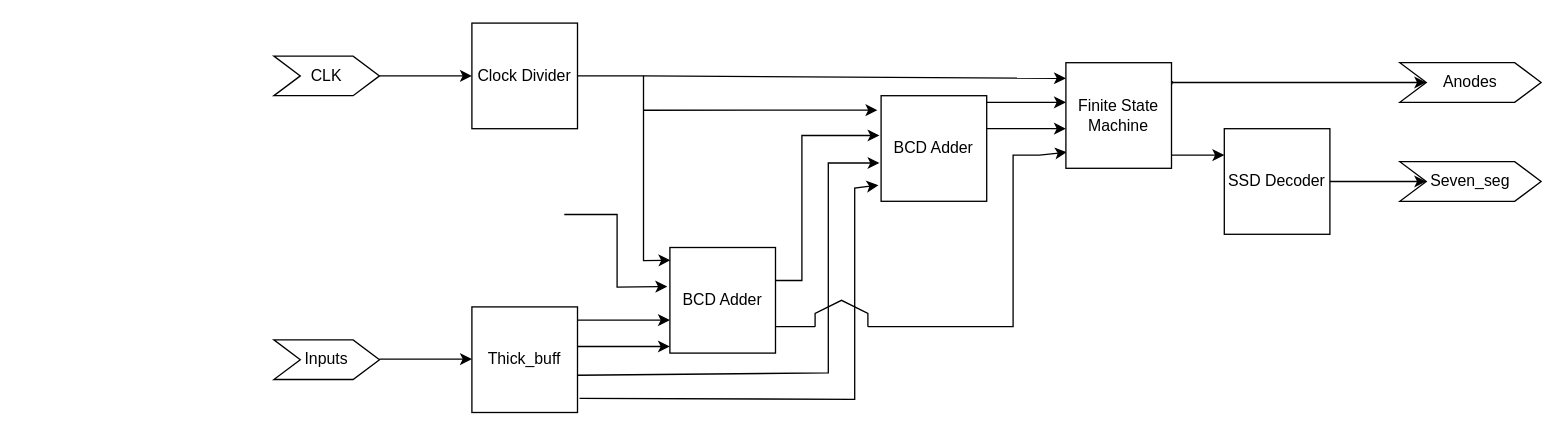
Before: Untitled Diagram.drawio in Gaulgeous/Stock-Market-Prediction, a draw.io diagram. Source tidied: cells renumbered, new cells numbered last; positions are measured from the earlier drawing's top-left corner, leaving out a move shared by most shapes. Both pictures are drawn from the tidied source at 132%, with x=0, y=0 at pixel (273, 22).
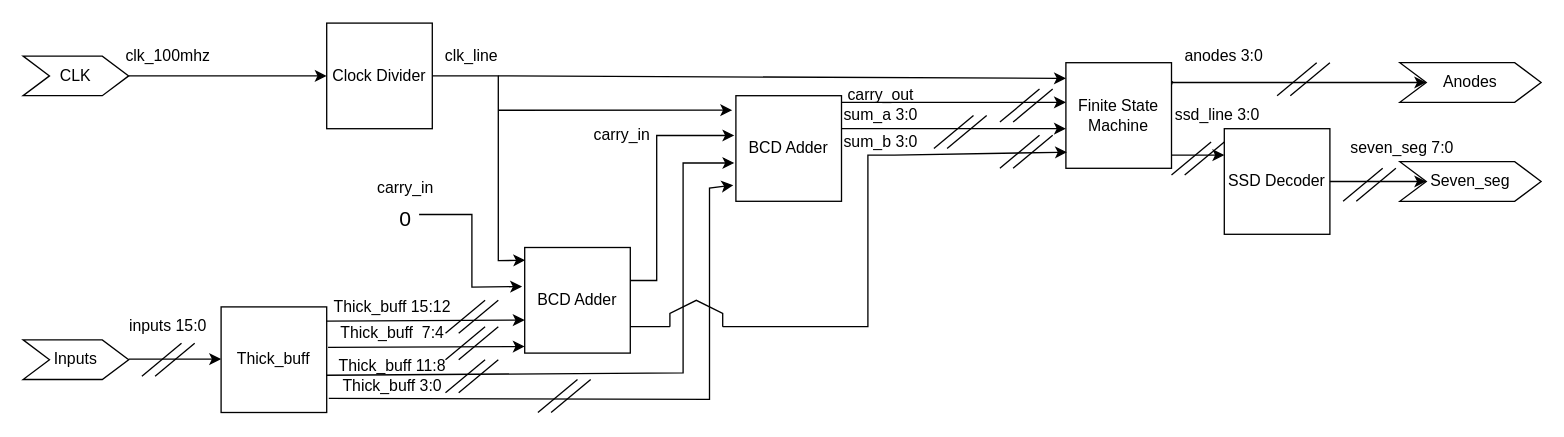
After the change.

Unchanged cells that the change refers to:
```xml
<mxCell id="6" value="Clock Divider" style="whiteSpace=wrap;html=1;" parent="3" vertex="1">
  <mxGeometry x="150" width="80" height="80" as="geometry" />
</mxCell>
<mxCell id="8" value="BCD Adder" style="whiteSpace=wrap;html=1;" parent="3" vertex="1">
  <mxGeometry x="300" y="170" width="80" height="80" as="geometry" />
</mxCell>
```

Diff of the diagram source:
```diff
@@
-    <mxCell id="2" style="group;" parent="1" vertex="1">
-      <mxGeometry width="710" height="295" as="geometry" />
-    </mxCell>
+    <mxCell id="20" style="endArrow=classic;html=1;rounded=0;exitX=1.01;exitY=0.175;exitDx=0;exitDy=0;exitPerimeter=0;entryX=0;entryY=0.5;entryDx=0;entryDy=0;" parent="1" edge="1" source="24">
+      <mxGeometry relative="1" as="geometry">
+        <mxPoint x="669" y="81" as="targetPoint" />
+      </mxGeometry>
+    </mxCell>
+    <mxCell id="24" value="Finite State Machine" style="whiteSpace=wrap;html=1;" parent="1" vertex="1">
+      <mxGeometry x="600" y="30" width="80" height="80" as="geometry" />
+    </mxCell>
+    <mxCell id="28" value="Anodes" style="shape=step;perimeter=stepPerimeter;whiteSpace=wrap;html=1;fixedSize=1;" parent="1" vertex="1">
+      <mxGeometry x="853" y="30" width="107" height="30" as="geometry" />
+    </mxCell>
+    <mxCell id="29" value="Seven_seg" style="shape=step;perimeter=stepPerimeter;whiteSpace=wrap;html=1;fixedSize=1;" parent="1" vertex="1">
+      <mxGeometry x="853" y="105" width="107" height="30" as="geometry" />
+    </mxCell>
+    <mxCell id="30" value="SSD Decoder" style="whiteSpace=wrap;html=1;" parent="1" vertex="1">
+      <mxGeometry x="720" y="80" width="80" height="80" as="geometry" />
+    </mxCell>
+    <mxCell id="31" style="endArrow=classic;html=1;rounded=0;entryX=0;entryY=0.5;entryDx=0;entryDy=0;" parent="1" edge="1" target="28">
+      <mxGeometry relative="1" as="geometry">
+        <mxPoint x="680" y="45" as="sourcePoint" />
+      </mxGeometry>
+    </mxCell>
+    <mxCell id="32" style="endArrow=classic;html=1;rounded=0;entryX=0;entryY=0.25;entryDx=0;entryDy=0;" parent="1" edge="1" target="30">
+      <mxGeometry relative="1" as="geometry">
+        <mxPoint x="680" y="100" as="sourcePoint" />
+      </mxGeometry>
+    </mxCell>
+    <mxCell id="33" style="endArrow=classic;html=1;rounded=0;entryX=0;entryY=0.5;entryDx=0;entryDy=0;exitX=1;exitY=0.5;exitDx=0;exitDy=0;" parent="1" edge="1" source="30" target="29">
+      <mxGeometry relative="1" as="geometry" />
+    </mxCell>
+    <mxCell id="34" value="ssd_line 3:0" style="text;html=1;strokeColor=none;fillColor=none;align=center;verticalAlign=middle;whiteSpace=wrap;rounded=0;" parent="1" vertex="1">
+      <mxGeometry x="680" y="55" width="70" height="30" as="geometry" />
+    </mxCell>
+    <mxCell id="35" value="anodes 3:0" style="text;html=1;strokeColor=none;fillColor=none;align=center;verticalAlign=middle;whiteSpace=wrap;rounded=0;" parent="1" vertex="1">
+      <mxGeometry x="680" y="10" width="80" height="30" as="geometry" />
+    </mxCell>
+    <mxCell id="36" value="seven_seg 7:0" style="text;html=1;strokeColor=none;fillColor=none;align=center;verticalAlign=middle;whiteSpace=wrap;rounded=0;" parent="1" vertex="1">
+      <mxGeometry x="810" y="80" width="90" height="30" as="geometry" />
+    </mxCell>
+    <mxCell id="37" style="group;" parent="1" vertex="1">
+      <mxGeometry x="810" y="110" width="40" height="25" as="geometry" />
+    </mxCell>
+    <mxCell id="38" style="endArrow=none;html=1;rounded=0;" parent="37" edge="1">
+      <mxGeometry relative="1" as="geometry">
+        <mxPoint y="25" as="sourcePoint" />
+        <mxPoint x="30" as="targetPoint" />
+      </mxGeometry>
+    </mxCell>
+    <mxCell id="39" style="endArrow=none;html=1;rounded=0;" parent="37" edge="1">
+      <mxGeometry relative="1" as="geometry">
+        <mxPoint x="10" y="25" as="sourcePoint" />
+        <mxPoint x="40" as="targetPoint" />
+      </mxGeometry>
+    </mxCell>
+    <mxCell id="40" style="group;" parent="1" vertex="1">
+      <mxGeometry x="760" y="30" width="40" height="25" as="geometry" />
+    </mxCell>
+    <mxCell id="41" style="endArrow=none;html=1;rounded=0;" parent="40" edge="1">
+      <mxGeometry relative="1" as="geometry">
+        <mxPoint y="25" as="sourcePoint" />
+        <mxPoint x="30" as="targetPoint" />
+      </mxGeometry>
+    </mxCell>
+    <mxCell id="42" style="endArrow=none;html=1;rounded=0;" parent="40" edge="1">
+      <mxGeometry relative="1" as="geometry">
+        <mxPoint x="10" y="25" as="sourcePoint" />
+        <mxPoint x="40" as="targetPoint" />
+      </mxGeometry>
+    </mxCell>
+    <mxCell id="43" style="group;" parent="1" vertex="1">
+      <mxGeometry x="680" y="90" width="40" height="25" as="geometry" />
+    </mxCell>
+    <mxCell id="44" style="endArrow=none;html=1;rounded=0;" parent="43" edge="1">
+      <mxGeometry relative="1" as="geometry">
+        <mxPoint y="25" as="sourcePoint" />
+        <mxPoint x="30" as="targetPoint" />
+      </mxGeometry>
+    </mxCell>
+    <mxCell id="45" style="endArrow=none;html=1;rounded=0;" parent="43" edge="1">
+      <mxGeometry relative="1" as="geometry">
+        <mxPoint x="10" y="25" as="sourcePoint" />
+        <mxPoint x="40" as="targetPoint" />
+      </mxGeometry>
+    </mxCell>
-    <mxCell id="3" style="group;" parent="2" vertex="1">
-      <mxGeometry width="540" height="295" as="geometry" />
+    <mxCell id="3" style="group;" parent="1" vertex="1">
+      <mxGeometry x="-110" width="540" height="295" as="geometry" />
     </mxCell>
-    <mxCell id="4" value="CLK" style="shape=step;perimeter=stepPerimeter;whiteSpace=wrap;html=1;fixedSize=1;" parent="3" vertex="1">
-      <mxGeometry y="25" width="80" height="30" as="geometry" />
-    </mxCell>
-    <mxCell id="5" value="Inputs" style="shape=step;perimeter=stepPerimeter;whiteSpace=wrap;html=1;fixedSize=1;" parent="3" vertex="1">
-      <mxGeometry y="240" width="80" height="30" as="geometry" />
-    </mxCell>
@@
-    <mxCell id="7" style="endArrow=classic;html=1;rounded=0;exitX=1;exitY=0.5;exitDx=0;exitDy=0;entryX=0;entryY=0.5;entryDx=0;entryDy=0;" parent="3" edge="1" source="4" target="6">
-      <mxGeometry relative="1" as="geometry" />
-    </mxCell>
@@
     <mxCell id="9" value="Thick_buff" style="whiteSpace=wrap;html=1;" parent="3" vertex="1">
-      <mxGeometry x="150" y="215" width="80" height="80" as="geometry" />
+      <mxGeometry x="70" y="215" width="80" height="80" as="geometry" />
     </mxCell>
     <mxCell id="10" style="endArrow=classic;html=1;rounded=0;exitX=1;exitY=0.5;exitDx=0;exitDy=0;entryX=0;entryY=0.5;entryDx=0;entryDy=0;" parent="3" edge="1">
       <mxGeometry relative="1" as="geometry">
-        <mxPoint x="80" y="254.5" as="sourcePoint" />
-        <mxPoint x="150" y="254.5" as="targetPoint" />
+        <mxPoint y="254.5" as="sourcePoint" />
+        <mxPoint x="70" y="254.5" as="targetPoint" />
       </mxGeometry>
     </mxCell>
-    <mxCell id="11" style="endArrow=classic;html=1;rounded=0;exitX=1;exitY=0.5;exitDx=0;exitDy=0;entryX=0;entryY=0.5;entryDx=0;entryDy=0;" parent="3" edge="1">
+    <mxCell id="11" style="endArrow=classic;html=1;rounded=0;exitX=1.013;exitY=0.383;exitDx=0;exitDy=0;entryX=0;entryY=0.5;entryDx=0;entryDy=0;exitPerimeter=0;" parent="3" edge="1" source="9">
       <mxGeometry relative="1" as="geometry">
-        <mxPoint x="230" y="245" as="sourcePoint" />
         <mxPoint x="300" y="245" as="targetPoint" />
       </mxGeometry>
     </mxCell>
-    <mxCell id="12" style="endArrow=classic;html=1;rounded=0;exitX=1;exitY=0.5;exitDx=0;exitDy=0;entryX=0;entryY=0.5;entryDx=0;entryDy=0;" parent="3" edge="1">
+    <mxCell id="12" style="endArrow=classic;html=1;rounded=0;exitX=0.997;exitY=0.135;exitDx=0;exitDy=0;entryX=0;entryY=0.5;entryDx=0;entryDy=0;exitPerimeter=0;" parent="3" edge="1" source="9">
       <mxGeometry relative="1" as="geometry">
-        <mxPoint x="230" y="225" as="sourcePoint" />
         <mxPoint x="300" y="225" as="targetPoint" />
       </mxGeometry>
     </mxCell>
@@
-    <mxCell id="20" style="endArrow=classic;html=1;rounded=0;exitX=1.01;exitY=0.175;exitDx=0;exitDy=0;exitPerimeter=0;entryX=0;entryY=0.5;entryDx=0;entryDy=0;" parent="2" edge="1" source="24">
-      <mxGeometry relative="1" as="geometry">
-        <mxPoint x="669" y="81" as="targetPoint" />
-      </mxGeometry>
-    </mxCell>
+    <mxCell id="46" value="clk_line" style="text;html=1;strokeColor=none;fillColor=none;align=center;verticalAlign=middle;whiteSpace=wrap;rounded=0;" parent="3" vertex="1">
+      <mxGeometry x="230" y="10" width="60" height="30" as="geometry" />
+    </mxCell>
+    <mxCell id="47" value="clk_100mhz" style="text;html=1;strokeColor=none;fillColor=none;align=center;verticalAlign=middle;whiteSpace=wrap;rounded=0;" parent="3" vertex="1">
+      <mxGeometry y="10" width="60" height="30" as="geometry" />
+    </mxCell>
+    <mxCell id="48" value="inputs 15:0" style="text;html=1;strokeColor=none;fillColor=none;align=center;verticalAlign=middle;whiteSpace=wrap;rounded=0;" parent="3" vertex="1">
+      <mxGeometry x="-10" y="215" width="80" height="30" as="geometry" />
+    </mxCell>
+    <mxCell id="49" value="carry_in" style="text;html=1;strokeColor=none;fillColor=none;align=center;verticalAlign=middle;whiteSpace=wrap;rounded=0;" parent="3" vertex="1">
+      <mxGeometry x="180" y="110" width="60" height="30" as="geometry" />
+    </mxCell>
+    <mxCell id="50" value="carry_in" style="text;html=1;strokeColor=none;fillColor=none;align=center;verticalAlign=middle;whiteSpace=wrap;rounded=0;" parent="3" vertex="1">
+      <mxGeometry x="344" y="70" width="60" height="30" as="geometry" />
+    </mxCell>
+    <mxCell id="51" value="&lt;font size=&quot;3&quot;&gt;0&lt;/font&gt;" style="text;html=1;strokeColor=none;fillColor=none;align=center;verticalAlign=middle;whiteSpace=wrap;rounded=0;" parent="3" vertex="1">
+      <mxGeometry x="180" y="132.5" width="60" height="30" as="geometry" />
+    </mxCell>
+    <mxCell id="52" style="group;" parent="3" vertex="1">
+      <mxGeometry x="10" y="242.5" width="40" height="25" as="geometry" />
+    </mxCell>
+    <mxCell id="53" style="endArrow=none;html=1;rounded=0;" parent="52" edge="1">
+      <mxGeometry relative="1" as="geometry">
+        <mxPoint y="25" as="sourcePoint" />
+        <mxPoint x="30" as="targetPoint" />
+      </mxGeometry>
+    </mxCell>
+    <mxCell id="54" style="endArrow=none;html=1;rounded=0;" parent="52" edge="1">
+      <mxGeometry relative="1" as="geometry">
+        <mxPoint x="10" y="25" as="sourcePoint" />
+        <mxPoint x="40" as="targetPoint" />
+      </mxGeometry>
+    </mxCell>
+    <mxCell id="55" style="group;" parent="3" vertex="1">
+      <mxGeometry x="310" y="270" width="40" height="25" as="geometry" />
+    </mxCell>
+    <mxCell id="56" style="endArrow=none;html=1;rounded=0;" parent="55" edge="1">
+      <mxGeometry relative="1" as="geometry">
+        <mxPoint y="25" as="sourcePoint" />
+        <mxPoint x="30" as="targetPoint" />
+      </mxGeometry>
+    </mxCell>
+    <mxCell id="57" style="endArrow=none;html=1;rounded=0;" parent="55" edge="1">
+      <mxGeometry relative="1" as="geometry">
+        <mxPoint x="10" y="25" as="sourcePoint" />
+        <mxPoint x="40" as="targetPoint" />
+      </mxGeometry>
+    </mxCell>
+    <mxCell id="58" style="group;" parent="3" vertex="1">
+      <mxGeometry x="240" y="210" width="40" height="25" as="geometry" />
+    </mxCell>
+    <mxCell id="59" style="endArrow=none;html=1;rounded=0;" parent="58" edge="1">
+      <mxGeometry relative="1" as="geometry">
+        <mxPoint y="25" as="sourcePoint" />
+        <mxPoint x="30" as="targetPoint" />
+      </mxGeometry>
+    </mxCell>
+    <mxCell id="60" style="endArrow=none;html=1;rounded=0;" parent="58" edge="1">
+      <mxGeometry relative="1" as="geometry">
+        <mxPoint x="10" y="25" as="sourcePoint" />
+        <mxPoint x="40" as="targetPoint" />
+      </mxGeometry>
+    </mxCell>
+    <mxCell id="61" style="group;" parent="3" vertex="1">
+      <mxGeometry x="240" y="230" width="40" height="50" as="geometry" />
+    </mxCell>
+    <mxCell id="62" style="endArrow=none;html=1;rounded=0;" parent="61" edge="1">
+      <mxGeometry relative="1" as="geometry">
+        <mxPoint y="25" as="sourcePoint" />
+        <mxPoint x="30" as="targetPoint" />
+      </mxGeometry>
+    </mxCell>
+    <mxCell id="63" style="endArrow=none;html=1;rounded=0;" parent="61" edge="1">
+      <mxGeometry relative="1" as="geometry">
+        <mxPoint x="10" y="25" as="sourcePoint" />
+        <mxPoint x="40" as="targetPoint" />
+      </mxGeometry>
+    </mxCell>
+    <mxCell id="64" style="group;" parent="61" vertex="1">
+      <mxGeometry y="25" width="40" height="25" as="geometry" />
+    </mxCell>
+    <mxCell id="65" style="endArrow=none;html=1;rounded=0;" parent="64" edge="1">
+      <mxGeometry relative="1" as="geometry">
+        <mxPoint y="25" as="sourcePoint" />
+        <mxPoint x="30" as="targetPoint" />
+      </mxGeometry>
+    </mxCell>
+    <mxCell id="66" style="endArrow=none;html=1;rounded=0;" parent="64" edge="1">
+      <mxGeometry relative="1" as="geometry">
+        <mxPoint x="10" y="25" as="sourcePoint" />
+        <mxPoint x="40" as="targetPoint" />
+      </mxGeometry>
+    </mxCell>
+    <mxCell id="67" value="Thick_buff 15:12" style="text;html=1;strokeColor=none;fillColor=none;align=center;verticalAlign=middle;whiteSpace=wrap;rounded=0;" parent="3" vertex="1">
+      <mxGeometry x="140" y="200" width="120" height="30" as="geometry" />
+    </mxCell>
+    <mxCell id="68" value="Thick_buff 11:8" style="text;html=1;strokeColor=none;fillColor=none;align=center;verticalAlign=middle;whiteSpace=wrap;rounded=0;" parent="3" vertex="1">
+      <mxGeometry x="140" y="245" width="120" height="30" as="geometry" />
+    </mxCell>
+    <mxCell id="69" value="Thick_buff 3:0" style="text;html=1;strokeColor=none;fillColor=none;align=center;verticalAlign=middle;whiteSpace=wrap;rounded=0;" parent="3" vertex="1">
+      <mxGeometry x="140" y="260" width="120" height="30" as="geometry" />
+    </mxCell>
+    <mxCell id="70" value="Thick_buff&amp;nbsp; 7:4" style="text;html=1;strokeColor=none;fillColor=none;align=center;verticalAlign=middle;whiteSpace=wrap;rounded=0;" parent="3" vertex="1">
+      <mxGeometry x="140" y="220" width="120" height="30" as="geometry" />
+    </mxCell>
-    <mxCell id="21" style="endArrow=classic;html=1;rounded=0;entryX=0.01;entryY=0.847;entryDx=0;entryDy=0;entryPerimeter=0;" parent="2" edge="1" target="24">
+    <mxCell id="21" style="endArrow=classic;html=1;rounded=0;entryX=0.01;entryY=0.847;entryDx=0;entryDy=0;entryPerimeter=0;" parent="1" edge="1" target="24">
       <mxGeometry relative="1" as="geometry">
-        <mxPoint x="450" y="230" as="sourcePoint" />
+        <mxPoint x="340" y="230" as="sourcePoint" />
         <Array as="points">
-          <mxPoint x="560" y="230" />
-          <mxPoint x="560" y="100" />
-          <mxPoint x="580" y="100" />
+          <mxPoint x="450" y="230" />
+          <mxPoint x="450" y="100" />
+          <mxPoint x="470" y="100" />
         </Array>
       </mxGeometry>
     </mxCell>
-    <mxCell id="22" style="endArrow=none;html=1;rounded=0;" parent="2" edge="1">
+    <mxCell id="22" style="endArrow=none;html=1;rounded=0;" parent="1" edge="1">
       <mxGeometry relative="1" as="geometry">
-        <mxPoint x="410" y="230" as="sourcePoint" />
-        <mxPoint x="450" y="230" as="targetPoint" />
+        <mxPoint x="300" y="230" as="sourcePoint" />
+        <mxPoint x="340" y="230" as="targetPoint" />
         <Array as="points">
-          <mxPoint x="410" y="220" />
-          <mxPoint x="430" y="210" />
-          <mxPoint x="450" y="220" />
+          <mxPoint x="300" y="220" />
+          <mxPoint x="320" y="210" />
+          <mxPoint x="340" y="220" />
         </Array>
       </mxGeometry>
     </mxCell>
-    <mxCell id="23" style="endArrow=none;html=1;rounded=0;exitX=1;exitY=0.75;exitDx=0;exitDy=0;" parent="2" edge="1" source="8">
+    <mxCell id="23" style="endArrow=none;html=1;rounded=0;exitX=1;exitY=0.75;exitDx=0;exitDy=0;" parent="1" edge="1" source="8">
       <mxGeometry relative="1" as="geometry">
-        <mxPoint x="410" y="230" as="targetPoint" />
+        <mxPoint x="300" y="230" as="targetPoint" />
       </mxGeometry>
     </mxCell>
-    <mxCell id="24" value="Finite State Machine" style="whiteSpace=wrap;html=1;" parent="2" vertex="1">
-      <mxGeometry x="600" y="30" width="80" height="80" as="geometry" />
-    </mxCell>
-    <mxCell id="25" style="endArrow=classic;html=1;rounded=0;exitX=1.01;exitY=0.175;exitDx=0;exitDy=0;exitPerimeter=0;entryX=0;entryY=0.5;entryDx=0;entryDy=0;" parent="2" edge="1">
+    <mxCell id="25" style="endArrow=classic;html=1;rounded=0;exitX=1.01;exitY=0.175;exitDx=0;exitDy=0;exitPerimeter=0;" parent="1" edge="1">
       <mxGeometry relative="1" as="geometry">
-        <mxPoint x="540" y="60" as="sourcePoint" />
+        <mxPoint x="430" y="60" as="sourcePoint" />
         <mxPoint x="600" y="60" as="targetPoint" />
       </mxGeometry>
     </mxCell>
-    <mxCell id="26" style="endArrow=classic;html=1;rounded=0;exitX=1.01;exitY=0.175;exitDx=0;exitDy=0;exitPerimeter=0;entryX=0;entryY=0.5;entryDx=0;entryDy=0;" parent="2" edge="1">
+    <mxCell id="26" style="endArrow=classic;html=1;rounded=0;exitX=1.01;exitY=0.175;exitDx=0;exitDy=0;exitPerimeter=0;" parent="1" edge="1">
       <mxGeometry relative="1" as="geometry">
-        <mxPoint x="540" y="80" as="sourcePoint" />
+        <mxPoint x="430" y="80" as="sourcePoint" />
         <mxPoint x="600" y="80" as="targetPoint" />
       </mxGeometry>
     </mxCell>
-    <mxCell id="27" style="endArrow=classic;html=1;rounded=0;entryX=0;entryY=0.148;entryDx=0;entryDy=0;entryPerimeter=0;" parent="2" edge="1" target="24">
+    <mxCell id="27" style="endArrow=classic;html=1;rounded=0;entryX=0;entryY=0.148;entryDx=0;entryDy=0;entryPerimeter=0;" parent="1" edge="1" target="24">
       <mxGeometry relative="1" as="geometry">
-        <mxPoint x="280" y="40" as="sourcePoint" />
+        <mxPoint x="170" y="40" as="sourcePoint" />
       </mxGeometry>
     </mxCell>
-    <mxCell id="28" value="Anodes" style="shape=step;perimeter=stepPerimeter;whiteSpace=wrap;html=1;fixedSize=1;" parent="1" vertex="1">
-      <mxGeometry x="853" y="30" width="107" height="30" as="geometry" />
-    </mxCell>
-    <mxCell id="29" value="Seven_seg" style="shape=step;perimeter=stepPerimeter;whiteSpace=wrap;html=1;fixedSize=1;" parent="1" vertex="1">
-      <mxGeometry x="853" y="105" width="107" height="30" as="geometry" />
-    </mxCell>
-    <mxCell id="30" value="SSD Decoder" style="whiteSpace=wrap;html=1;" parent="1" vertex="1">
-      <mxGeometry x="720" y="80" width="80" height="80" as="geometry" />
-    </mxCell>
-    <mxCell id="31" style="endArrow=classic;html=1;rounded=0;entryX=0;entryY=0.5;entryDx=0;entryDy=0;" parent="1" edge="1" target="28">
-      <mxGeometry relative="1" as="geometry">
-        <mxPoint x="680" y="45" as="sourcePoint" />
-      </mxGeometry>
-    </mxCell>
-    <mxCell id="32" style="endArrow=classic;html=1;rounded=0;entryX=0;entryY=0.25;entryDx=0;entryDy=0;" parent="1" edge="1" target="30">
-      <mxGeometry relative="1" as="geometry">
-        <mxPoint x="680" y="100" as="sourcePoint" />
-      </mxGeometry>
-    </mxCell>
-    <mxCell id="33" style="endArrow=classic;html=1;rounded=0;entryX=0;entryY=0.5;entryDx=0;entryDy=0;exitX=1;exitY=0.5;exitDx=0;exitDy=0;" parent="1" edge="1" source="30" target="29">
-      <mxGeometry relative="1" as="geometry" />
-    </mxCell>
+    <mxCell id="71" value="sum_a 3:0" style="text;html=1;strokeColor=none;fillColor=none;align=center;verticalAlign=middle;whiteSpace=wrap;rounded=0;" parent="1" vertex="1">
+      <mxGeometry x="430" y="55" width="60" height="30" as="geometry" />
+    </mxCell>
+    <mxCell id="72" value="sum_b 3:0" style="text;html=1;strokeColor=none;fillColor=none;align=center;verticalAlign=middle;whiteSpace=wrap;rounded=0;" parent="1" vertex="1">
+      <mxGeometry x="430" y="75" width="60" height="30" as="geometry" />
+    </mxCell>
+    <mxCell id="73" style="group;" parent="1" vertex="1">
+      <mxGeometry x="550" y="85" width="40" height="25" as="geometry" />
+    </mxCell>
+    <mxCell id="74" style="endArrow=none;html=1;rounded=0;" parent="73" edge="1">
+      <mxGeometry relative="1" as="geometry">
+        <mxPoint y="25" as="sourcePoint" />
+        <mxPoint x="30" as="targetPoint" />
+      </mxGeometry>
+    </mxCell>
+    <mxCell id="75" style="endArrow=none;html=1;rounded=0;" parent="73" edge="1">
+      <mxGeometry relative="1" as="geometry">
+        <mxPoint x="10" y="25" as="sourcePoint" />
+        <mxPoint x="40" as="targetPoint" />
+      </mxGeometry>
+    </mxCell>
+    <mxCell id="76" style="group;" parent="1" vertex="1">
+      <mxGeometry x="550" y="50" width="40" height="25" as="geometry" />
+    </mxCell>
+    <mxCell id="77" style="endArrow=none;html=1;rounded=0;" parent="76" edge="1">
+      <mxGeometry relative="1" as="geometry">
+        <mxPoint y="25" as="sourcePoint" />
+        <mxPoint x="30" as="targetPoint" />
+      </mxGeometry>
+    </mxCell>
+    <mxCell id="78" style="endArrow=none;html=1;rounded=0;" parent="76" edge="1">
+      <mxGeometry relative="1" as="geometry">
+        <mxPoint x="10" y="25" as="sourcePoint" />
+        <mxPoint x="40" as="targetPoint" />
+      </mxGeometry>
+    </mxCell>
+    <mxCell id="79" style="group;" parent="1" vertex="1">
+      <mxGeometry x="500" y="70" width="40" height="25" as="geometry" />
+    </mxCell>
+    <mxCell id="80" style="endArrow=none;html=1;rounded=0;" parent="79" edge="1">
+      <mxGeometry relative="1" as="geometry">
+        <mxPoint y="25" as="sourcePoint" />
+        <mxPoint x="30" as="targetPoint" />
+      </mxGeometry>
+    </mxCell>
+    <mxCell id="81" style="endArrow=none;html=1;rounded=0;" parent="79" edge="1">
+      <mxGeometry relative="1" as="geometry">
+        <mxPoint x="10" y="25" as="sourcePoint" />
+        <mxPoint x="40" as="targetPoint" />
+      </mxGeometry>
+    </mxCell>
+    <mxCell id="82" value="carry_out" style="text;html=1;strokeColor=none;fillColor=none;align=center;verticalAlign=middle;whiteSpace=wrap;rounded=0;" parent="1" vertex="1">
+      <mxGeometry x="430" y="40" width="60" height="30" as="geometry" />
+    </mxCell>
+    <mxCell id="4" value="CLK" style="shape=step;perimeter=stepPerimeter;whiteSpace=wrap;html=1;fixedSize=1;" parent="1" vertex="1">
+      <mxGeometry x="-190" y="25" width="80" height="30" as="geometry" />
+    </mxCell>
+    <mxCell id="5" value="Inputs" style="shape=step;perimeter=stepPerimeter;whiteSpace=wrap;html=1;fixedSize=1;" parent="1" vertex="1">
+      <mxGeometry x="-190" y="240" width="80" height="30" as="geometry" />
+    </mxCell>
+    <mxCell id="7" style="endArrow=classic;html=1;rounded=0;exitX=1;exitY=0.5;exitDx=0;exitDy=0;entryX=0;entryY=0.5;entryDx=0;entryDy=0;" parent="1" edge="1" source="4" target="6">
+      <mxGeometry relative="1" as="geometry" />
+    </mxCell>
```
